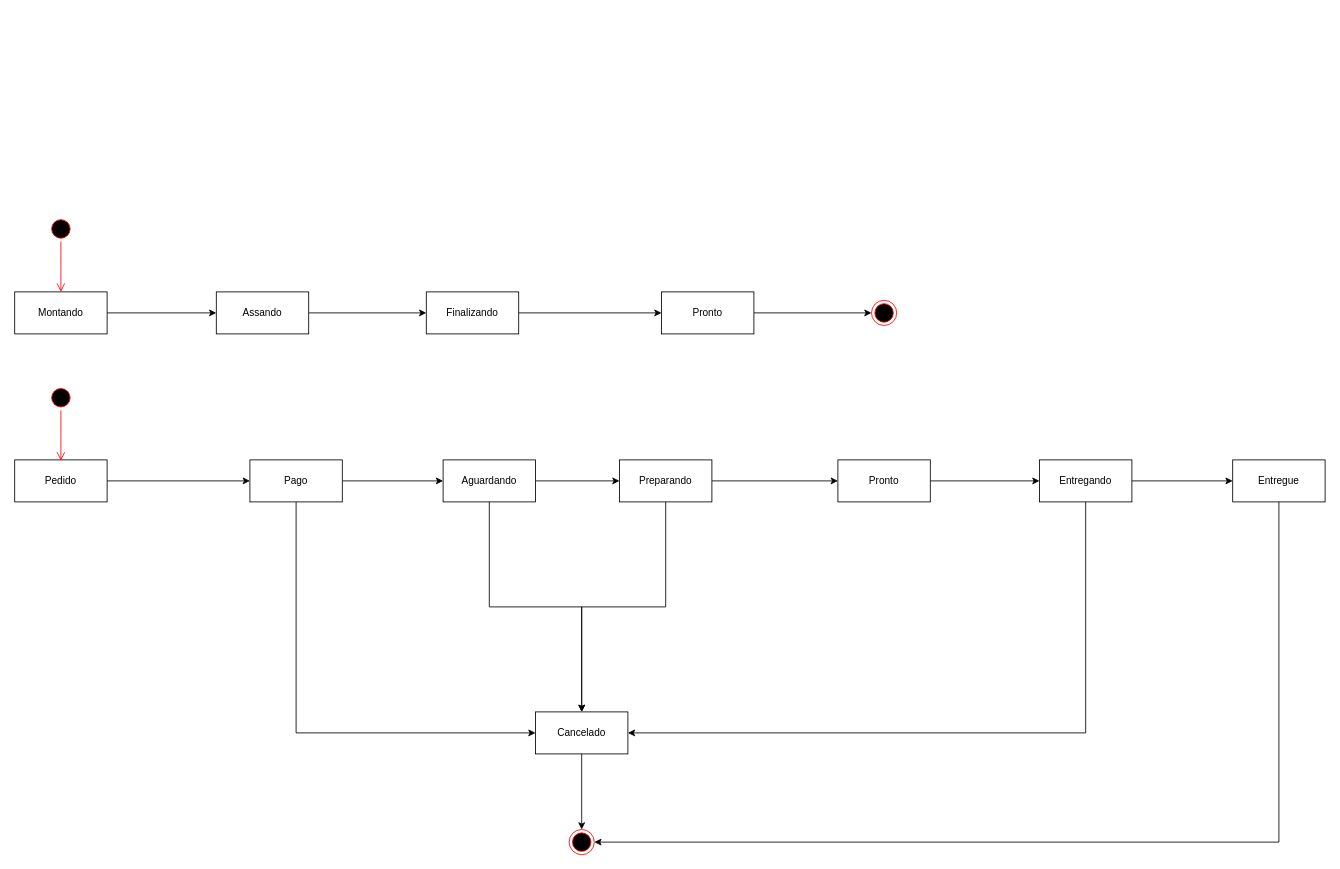
Earlier version of the draw.io diagram Status.drawio (Gabi-r7/Pizzaria-turma-1). Source tidied: cells renumbered, new cells numbered last; positions are measured from the earlier drawing's top-left corner, leaving out a move shared by most shapes. Both pictures are drawn from the tidied source at 84%, with x=0, y=0 at pixel (14, 216).
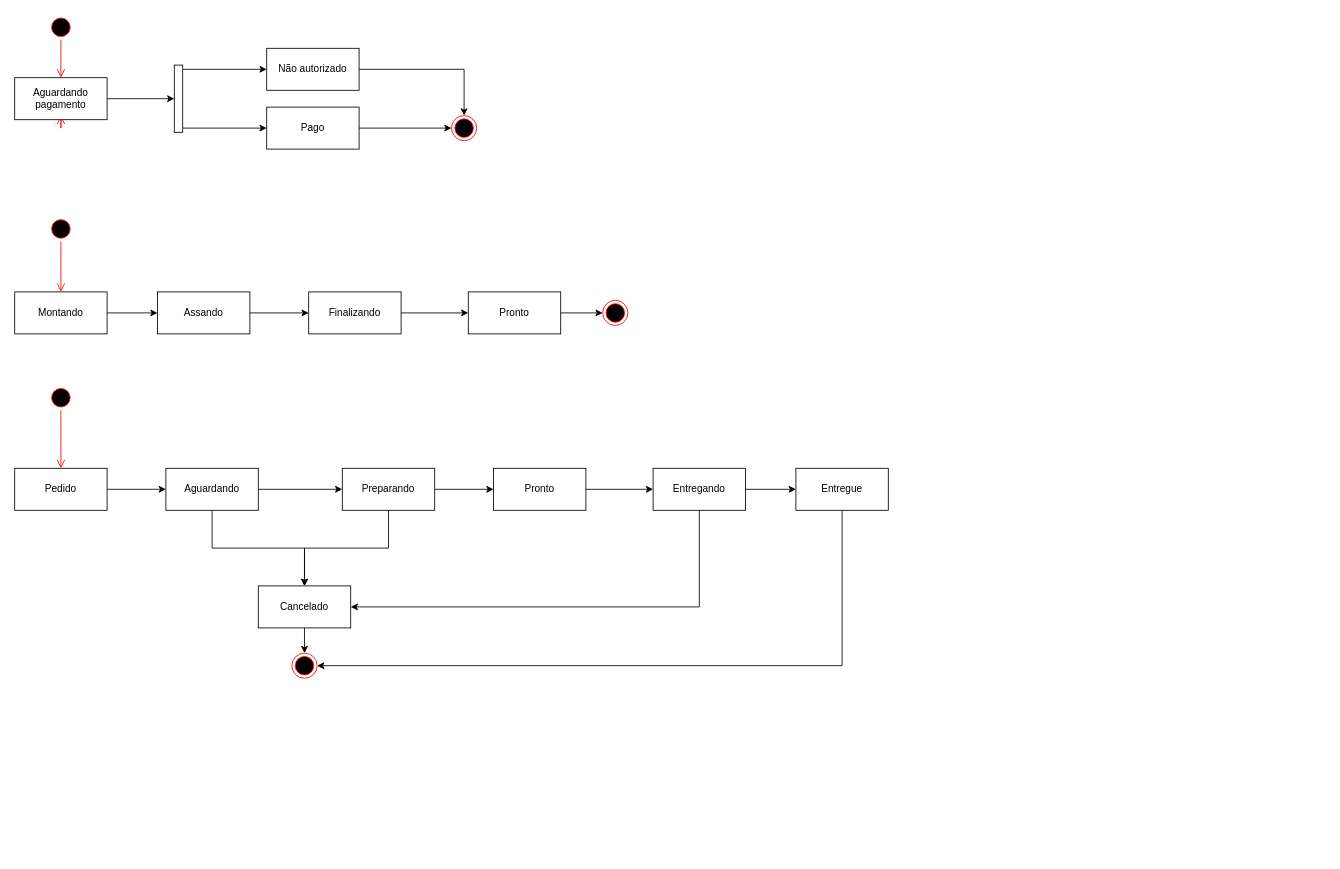
The same page after the edit.

The change refers to these unchanged cells:
```xml
<mxCell id="23" style="ellipse;html=1;shape=startState;fillColor=#000000;strokeColor=#ff0000;" parent="1" vertex="1">
  <mxGeometry x="40" y="201" width="30" height="30" as="geometry" />
</mxCell>
```

Change to the diagram source:
```diff
@@
-    <mxCell id="2" style="edgeStyle=orthogonalEdgeStyle;rounded=0;jettySize=auto;html=1;exitX=1;exitY=0.5;exitDx=0;exitDy=0;entryX=0;entryY=0.5;entryDx=0;entryDy=0;" parent="1" edge="1" source="3" target="6">
-      <mxGeometry relative="1" as="geometry" />
-    </mxCell>
+    <mxCell id="36" style="edgeStyle=orthogonalEdgeStyle;rounded=0;jettySize=auto;html=1;exitX=1;exitY=0.5;exitDx=0;exitDy=0;entryX=0;entryY=0.5;entryDx=0;entryDy=0;" parent="1" edge="1" source="3" target="19">
+      <mxGeometry relative="1" as="geometry" />
+    </mxCell>
     <mxCell id="3" value="Pedido" style="html=1;whiteSpace=wrap;" parent="1" vertex="1">
-      <mxGeometry y="290" width="110" height="50" as="geometry" />
+      <mxGeometry y="300" width="110" height="50" as="geometry" />
     </mxCell>
-    <mxCell id="4" style="edgeStyle=orthogonalEdgeStyle;rounded=0;jettySize=auto;html=1;exitX=1;exitY=0.5;exitDx=0;exitDy=0;entryX=0;entryY=0.5;entryDx=0;entryDy=0;" parent="1" edge="1" source="6" target="19">
-      <mxGeometry relative="1" as="geometry" />
-    </mxCell>
-    <mxCell id="5" style="edgeStyle=orthogonalEdgeStyle;rounded=0;jettySize=auto;html=1;exitX=0.5;exitY=1;exitDx=0;exitDy=0;entryX=0;entryY=0.5;entryDx=0;entryDy=0;" parent="1" edge="1" source="6" target="21">
-      <mxGeometry relative="1" as="geometry" />
-    </mxCell>
-    <mxCell id="6" value="Pago" style="html=1;whiteSpace=wrap;" parent="1" vertex="1">
-      <mxGeometry x="280" y="290" width="110" height="50" as="geometry" />
-    </mxCell>
@@
     <mxCell id="9" value="Preparando" style="html=1;whiteSpace=wrap;" parent="1" vertex="1">
-      <mxGeometry x="720" y="290" width="110" height="50" as="geometry" />
+      <mxGeometry x="390" y="300" width="110" height="50" as="geometry" />
     </mxCell>
@@
     <mxCell id="11" value="Pronto" style="html=1;whiteSpace=wrap;" parent="1" vertex="1">
-      <mxGeometry x="980" y="290" width="110" height="50" as="geometry" />
+      <mxGeometry x="570" y="300" width="110" height="50" as="geometry" />
     </mxCell>
@@
     <mxCell id="14" value="Entregando" style="html=1;whiteSpace=wrap;" parent="1" vertex="1">
-      <mxGeometry x="1220" y="290" width="110" height="50" as="geometry" />
+      <mxGeometry x="760" y="300" width="110" height="50" as="geometry" />
     </mxCell>
@@
     <mxCell id="16" value="Entregue" style="html=1;whiteSpace=wrap;" parent="1" vertex="1">
-      <mxGeometry x="1450" y="290" width="110" height="50" as="geometry" />
+      <mxGeometry x="930" y="300" width="110" height="50" as="geometry" />
     </mxCell>
@@
     <mxCell id="19" value="Aguardando" style="html=1;whiteSpace=wrap;" parent="1" vertex="1">
-      <mxGeometry x="510" y="290" width="110" height="50" as="geometry" />
+      <mxGeometry x="180" y="300" width="110" height="50" as="geometry" />
     </mxCell>
@@
     <mxCell id="21" value="Cancelado" style="html=1;whiteSpace=wrap;" parent="1" vertex="1">
-      <mxGeometry x="620" y="590" width="110" height="50" as="geometry" />
+      <mxGeometry x="290" y="440" width="110" height="50" as="geometry" />
     </mxCell>
     <mxCell id="22" style="ellipse;html=1;shape=endState;fillColor=#000000;strokeColor=#ff0000;" parent="1" vertex="1">
-      <mxGeometry x="660" y="730" width="30" height="30" as="geometry" />
+      <mxGeometry x="330" y="520" width="30" height="30" as="geometry" />
     </mxCell>
@@
-    <mxCell id="24" style="edgeStyle=orthogonalEdgeStyle;html=1;verticalAlign=bottom;endArrow=open;endSize=8;strokeColor=#ff0000;rounded=0;" parent="1" edge="1" source="23">
-      <mxGeometry relative="1" as="geometry">
-        <mxPoint x="55" y="291" as="targetPoint" />
-      </mxGeometry>
+    <mxCell id="24" style="edgeStyle=orthogonalEdgeStyle;html=1;verticalAlign=bottom;endArrow=open;endSize=8;strokeColor=#ff0000;rounded=0;entryX=0.5;entryY=0;entryDx=0;entryDy=0;" parent="1" edge="1" source="23" target="3">
+      <mxGeometry relative="1" as="geometry" />
     </mxCell>
@@
     <mxCell id="26" value="Assando" style="html=1;whiteSpace=wrap;" parent="1" vertex="1">
-      <mxGeometry x="240" y="90" width="110" height="50" as="geometry" />
+      <mxGeometry x="170" y="90" width="110" height="50" as="geometry" />
     </mxCell>
@@
-    <mxCell id="29" style="edgeStyle=orthogonalEdgeStyle;rounded=0;jettySize=auto;html=1;exitX=1;exitY=0.5;exitDx=0;exitDy=0;" parent="1" edge="1" source="30">
-      <mxGeometry relative="1" as="geometry">
-        <mxPoint x="770" y="115" as="targetPoint" />
-      </mxGeometry>
+    <mxCell id="29" style="edgeStyle=orthogonalEdgeStyle;rounded=0;jettySize=auto;html=1;exitX=1;exitY=0.5;exitDx=0;exitDy=0;entryX=0;entryY=0.5;entryDx=0;entryDy=0;" parent="1" edge="1" source="30" target="34">
+      <mxGeometry relative="1" as="geometry" />
     </mxCell>
     <mxCell id="30" value="Finalizando" style="html=1;whiteSpace=wrap;" parent="1" vertex="1">
-      <mxGeometry x="490" y="90" width="110" height="50" as="geometry" />
+      <mxGeometry x="350" y="90" width="110" height="50" as="geometry" />
     </mxCell>
@@
     <mxCell id="34" value="Pronto" style="html=1;whiteSpace=wrap;" parent="1" vertex="1">
-      <mxGeometry x="770" y="90" width="110" height="50" as="geometry" />
+      <mxGeometry x="540" y="90" width="110" height="50" as="geometry" />
     </mxCell>
     <mxCell id="35" style="ellipse;html=1;shape=endState;fillColor=#000000;strokeColor=#ff0000;" parent="1" vertex="1">
-      <mxGeometry x="1020" y="100" width="30" height="30" as="geometry" />
+      <mxGeometry x="700" y="100" width="30" height="30" as="geometry" />
     </mxCell>
+    <mxCell id="37" style="ellipse;html=1;shape=startState;fillColor=#000000;strokeColor=#ff0000;" parent="1" vertex="1">
+      <mxGeometry x="40" y="-240" width="30" height="30" as="geometry" />
+    </mxCell>
+    <mxCell id="38" style="edgeStyle=orthogonalEdgeStyle;html=1;verticalAlign=bottom;endArrow=open;endSize=8;strokeColor=#ff0000;rounded=0;" parent="1" edge="1" source="48">
+      <mxGeometry relative="1" as="geometry">
+        <mxPoint x="55" y="-120" as="targetPoint" />
+      </mxGeometry>
+    </mxCell>
+    <mxCell id="39" style="edgeStyle=orthogonalEdgeStyle;rounded=0;jettySize=auto;html=1;exitX=1;exitY=0.5;exitDx=0;exitDy=0;" parent="1" edge="1" source="48" target="44">
+      <mxGeometry relative="1" as="geometry" />
+    </mxCell>
+    <mxCell id="40" style="edgeStyle=orthogonalEdgeStyle;rounded=0;jettySize=auto;html=1;exitX=1;exitY=0.5;exitDx=0;exitDy=0;entryX=0;entryY=0.5;entryDx=0;entryDy=0;" parent="1" edge="1" source="6" target="41">
+      <mxGeometry relative="1" as="geometry" />
+    </mxCell>
+    <mxCell id="6" value="Pago" style="html=1;whiteSpace=wrap;" parent="1" vertex="1">
+      <mxGeometry x="300" y="-130" width="110" height="50" as="geometry" />
+    </mxCell>
+    <mxCell id="41" style="ellipse;html=1;shape=endState;fillColor=#000000;strokeColor=#ff0000;" parent="1" vertex="1">
+      <mxGeometry x="520" y="-120" width="30" height="30" as="geometry" />
+    </mxCell>
+    <mxCell id="42" style="edgeStyle=orthogonalEdgeStyle;rounded=0;jettySize=auto;html=1;curved=0;exitX=1;exitY=1;exitDx=0;exitDy=-5;exitPerimeter=0;entryX=0;entryY=0.5;entryDx=0;entryDy=0;" parent="1" edge="1" source="44" target="6">
+      <mxGeometry relative="1" as="geometry" />
+    </mxCell>
+    <mxCell id="43" style="edgeStyle=orthogonalEdgeStyle;rounded=0;jettySize=auto;html=1;curved=0;exitX=1;exitY=0;exitDx=0;exitDy=5;exitPerimeter=0;entryX=0;entryY=0.5;entryDx=0;entryDy=0;" parent="1" edge="1" source="44" target="46">
+      <mxGeometry relative="1" as="geometry" />
+    </mxCell>
+    <mxCell id="44" style="html=1;points=[[0,0,0,0,5],[0,1,0,0,-5],[1,0,0,0,5],[1,1,0,0,-5]];perimeter=orthogonalPerimeter;outlineConnect=0;targetShapes=umlLifeline;portConstraint=eastwest;newEdgeStyle={&quot;curved&quot;:0,&quot;rounded&quot;:0};" parent="1" vertex="1">
+      <mxGeometry x="190" y="-180" width="10" height="80" as="geometry" />
+    </mxCell>
+    <mxCell id="45" style="edgeStyle=orthogonalEdgeStyle;rounded=0;jettySize=auto;html=1;exitX=1;exitY=0.5;exitDx=0;exitDy=0;entryX=0.5;entryY=0;entryDx=0;entryDy=0;" parent="1" edge="1" source="46" target="41">
+      <mxGeometry relative="1" as="geometry" />
+    </mxCell>
+    <mxCell id="46" value="Não autorizado" style="html=1;whiteSpace=wrap;" parent="1" vertex="1">
+      <mxGeometry x="300" y="-200" width="110" height="50" as="geometry" />
+    </mxCell>
+    <mxCell id="47" style="edgeStyle=orthogonalEdgeStyle;html=1;verticalAlign=bottom;endArrow=open;endSize=8;strokeColor=#ff0000;rounded=0;" parent="1" edge="1" source="37" target="48">
+      <mxGeometry relative="1" as="geometry" />
+    </mxCell>
+    <mxCell id="48" value="Aguardando pagamento" style="html=1;whiteSpace=wrap;" parent="1" vertex="1">
+      <mxGeometry y="-165" width="110" height="50" as="geometry" />
+    </mxCell>
```
